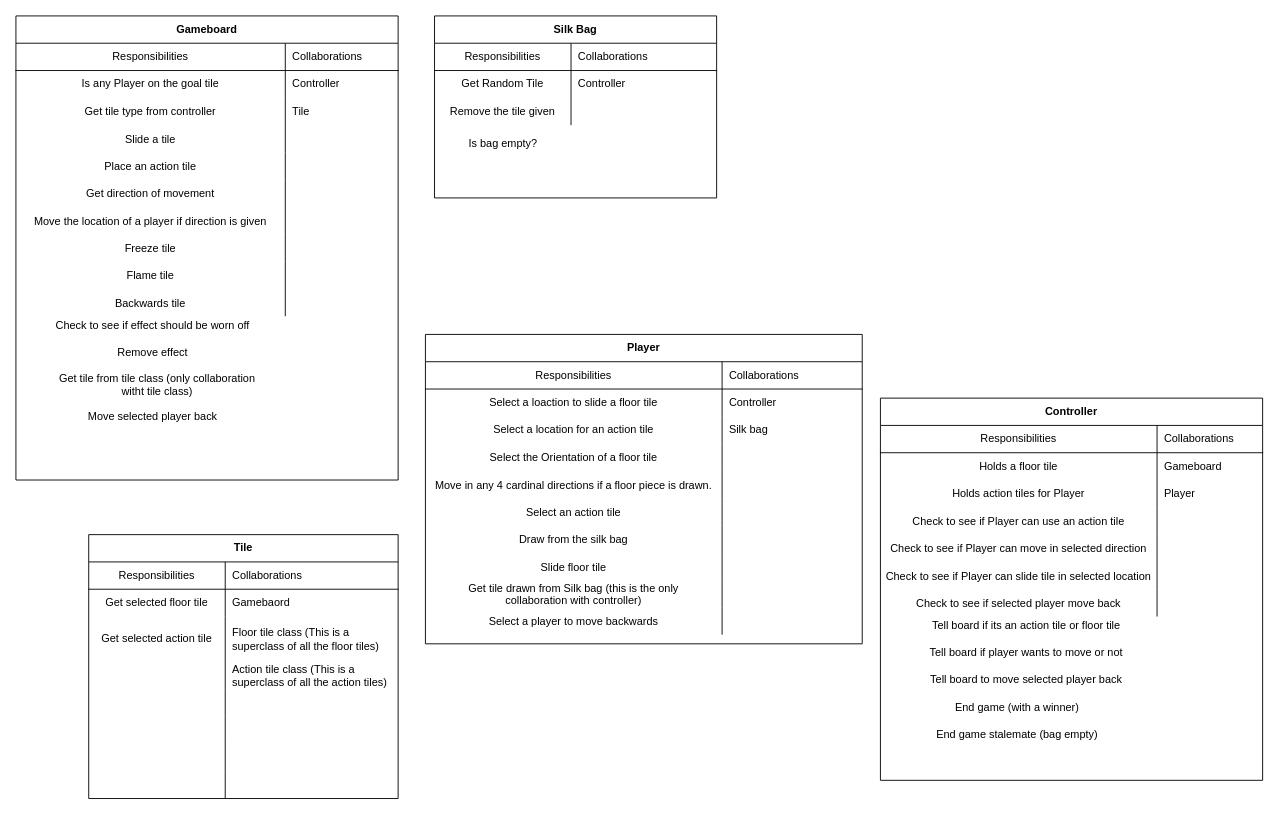
Earlier version of the draw.io diagram CRC cards/AtifCRC.drawio (Atif-99/Group14). Source tidied: cells renumbered, new cells numbered last; positions are measured from the earlier drawing's top-left corner, leaving out a move shared by most shapes. Both pictures are drawn from the tidied source at 91%, with x=0, y=0 at pixel (15, 15).
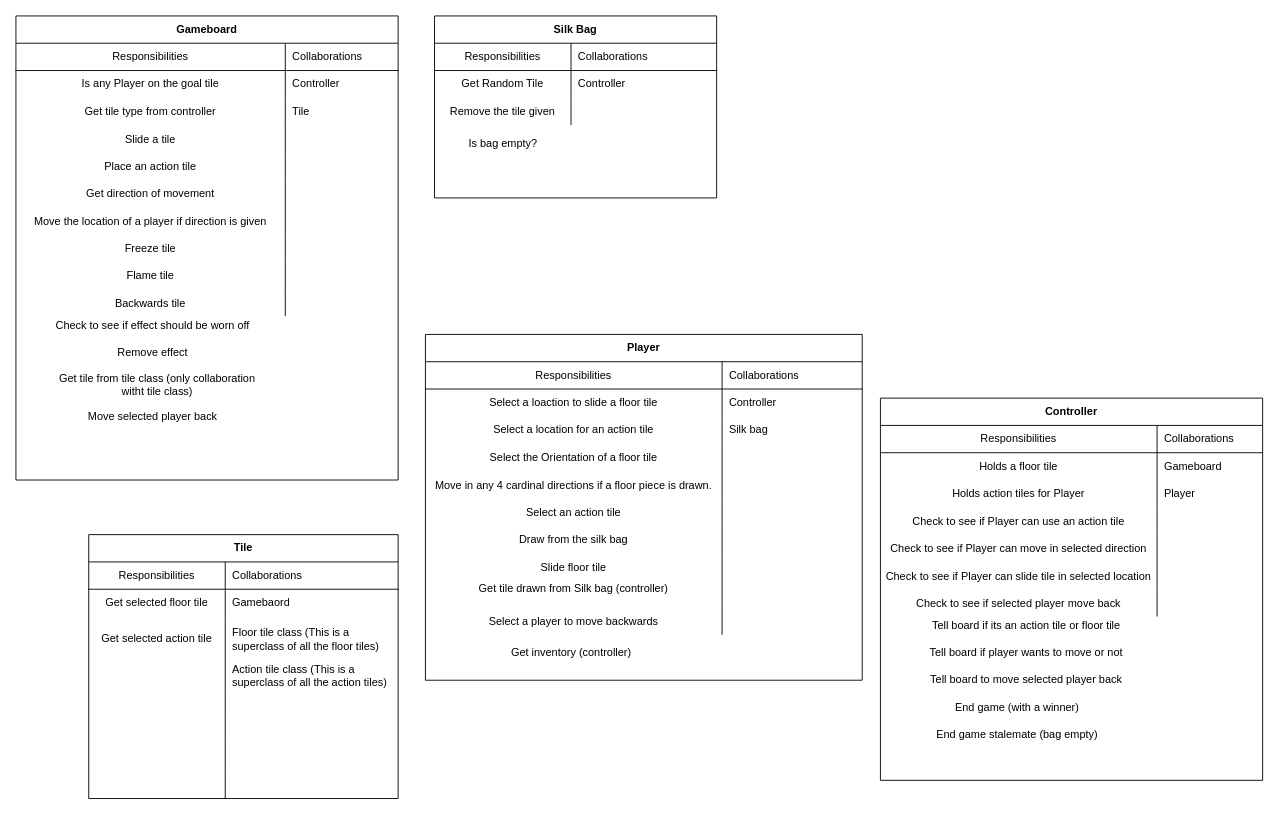
Above is the later version.

The change refers to these unchanged cells:
```xml
<mxCell id="122" style="shape=partialRectangle;fillColor=none;top=0;left=0;bottom=0;right=0;align=left;" parent="97" vertex="1">
  <mxGeometry y="270" width="480" height="30" as="geometry" />
</mxCell>
```

Change to the diagram source:
```diff
@@
     <mxCell id="97" value="Player" style="shape=table;html=1;whiteSpace=wrap;startSize=30;childLayout=tableLayout;rowLines=0;fontStyle=1;align=center;" parent="1" vertex="1">
-      <mxGeometry x="450" y="350" width="480" height="340" as="geometry" />
+      <mxGeometry x="450" y="350" width="480" height="380" as="geometry" />
     </mxCell>
@@
-    <mxCell id="123" value="Get tile drawn from Silk bag (this is the only&#10;collaboration with controller)&#10;" style="shape=partialRectangle;fillColor=none;top=0;left=0;bottom=0;right=0;fontStyle=0;overflow=hidden;" parent="122" vertex="1">
+    <mxCell id="123" value="Get tile drawn from Silk bag (controller)&#10;" style="shape=partialRectangle;fillColor=none;top=0;left=0;bottom=0;right=0;fontStyle=0;overflow=hidden;" parent="122" vertex="1">
       <mxGeometry width="326" height="30" as="geometry" />
     </mxCell>
@@
+    <mxCell id="131" value="Get inventory (controller)" style="text;html=1;align=center;verticalAlign=middle;" parent="1" vertex="1">
+      <mxGeometry x="535" y="690" width="150" height="20" as="geometry" />
+    </mxCell>
```
